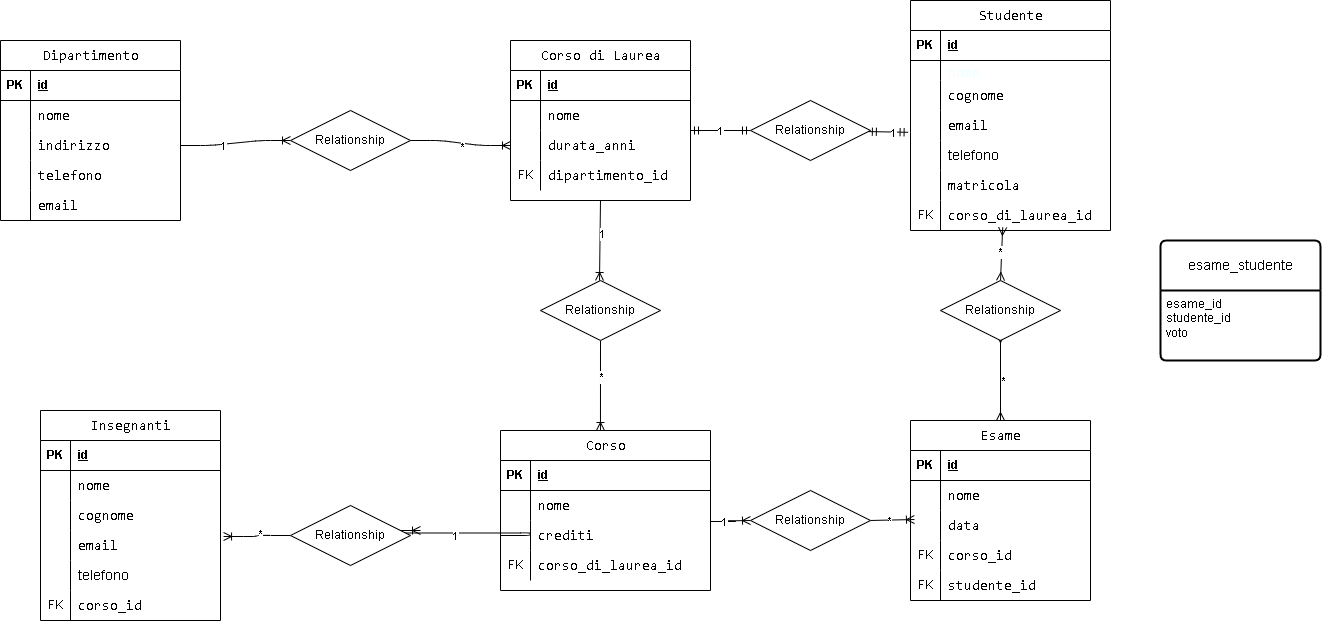
Earlier version of the draw.io export diagram.png (calogerosorce/db-university). Source tidied: cells renumbered, new cells last; positions are measured from the earlier drawing's top-left corner, leaving out a move shared by most shapes.
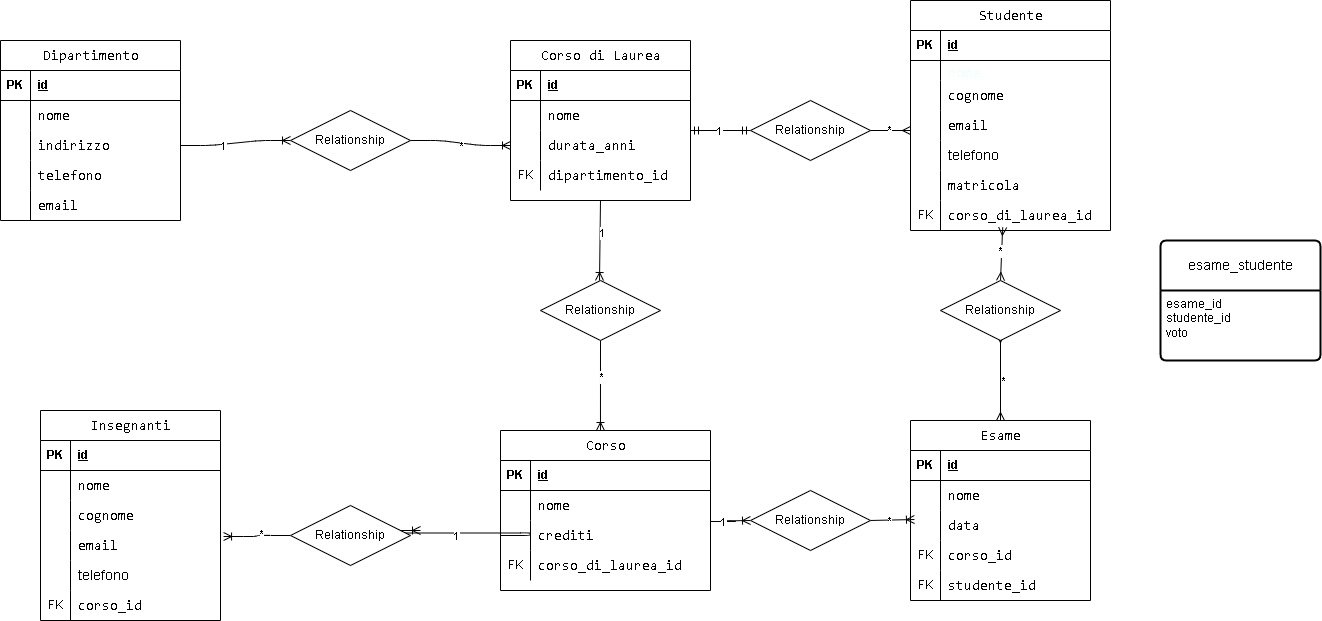
After the change.

The edit, as a diff of the source:
```diff
@@ -388,12 +388,6 @@
     <mxCell id="127" value="Relationship" style="shape=rhombus;perimeter=rhombusPerimeter;whiteSpace=wrap;html=1;align=center;" parent="1" vertex="1">
       <mxGeometry x="940" y="280" width="120" height="60" as="geometry" />
     </mxCell>
-    <mxCell id="128" style="fontSize=12;html=1;endArrow=ERmandOne;startArrow=ERmandOne;entryX=-0.012;entryY=0.727;entryDx=0;entryDy=0;entryPerimeter=0;" parent="1" edge="1" source="132" target="111">
-      <mxGeometry relative="1" as="geometry" />
-    </mxCell>
-    <mxCell id="129" value="1" style="edgeLabel;html=1;align=center;verticalAlign=middle;" parent="128" vertex="1">
-      <mxGeometry x="0.21" relative="1" as="geometry" />
-    </mxCell>
     <mxCell id="130" style="fontSize=12;html=1;endArrow=ERmandOne;startArrow=ERmandOne;exitX=1;exitY=0;exitDx=0;exitDy=0;exitPerimeter=0;entryX=0;entryY=0.5;entryDx=0;entryDy=0;" parent="1" edge="1" source="25" target="132">
       <mxGeometry relative="1" as="geometry" />
     </mxCell>
@@ -403,5 +397,11 @@
     <mxCell id="132" value="Relationship" style="shape=rhombus;perimeter=rhombusPerimeter;whiteSpace=wrap;html=1;align=center;" parent="1" vertex="1">
       <mxGeometry x="750" y="100" width="120" height="60" as="geometry" />
     </mxCell>
+    <mxCell id="128" style="edgeStyle=entityRelationEdgeStyle;fontSize=12;html=1;endArrow=ERmany;exitX=1;exitY=0.5;exitDx=0;exitDy=0;entryX=0;entryY=0.667;entryDx=0;entryDy=0;entryPerimeter=0;" parent="1" edge="1" source="132" target="111">
+      <mxGeometry relative="1" as="geometry" />
+    </mxCell>
+    <mxCell id="133" value="*" style="edgeLabel;html=1;align=center;verticalAlign=middle;" parent="128" vertex="1">
+      <mxGeometry x="-0.55" y="1" relative="1" as="geometry" />
+    </mxCell>
   </root>
 </mxGraphModel>
```
